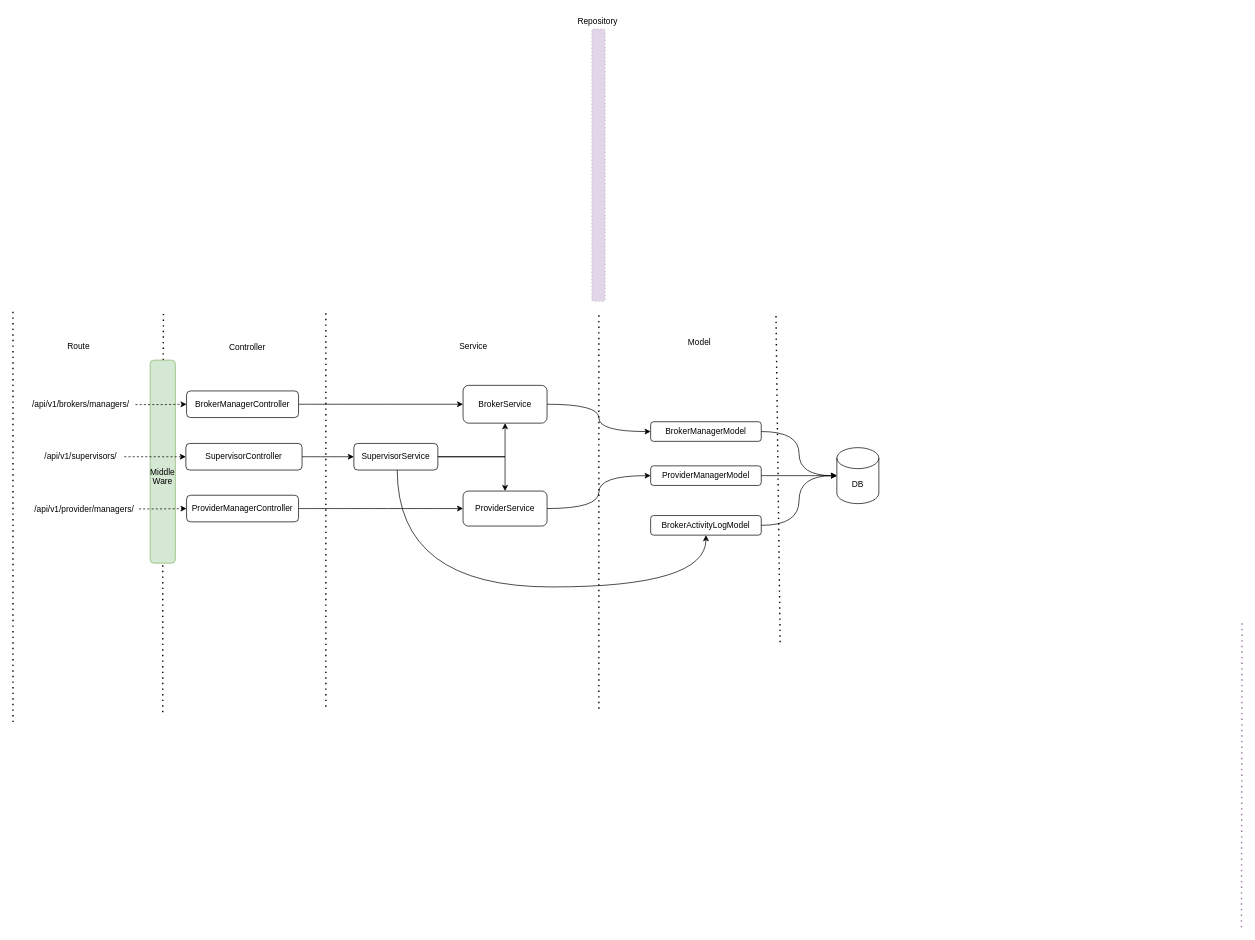
djcho/draw-io-repo keeps this draw.io diagram as sendbox.drawio. Above is the earlier version. Source tidied: cells renumbered, new cells numbered last; positions are measured from the earlier drawing's top-left corner, leaving out a move shared by most shapes. Both pictures are drawn from the tidied source at 70%, with x=0, y=0 at pixel (13, 12).
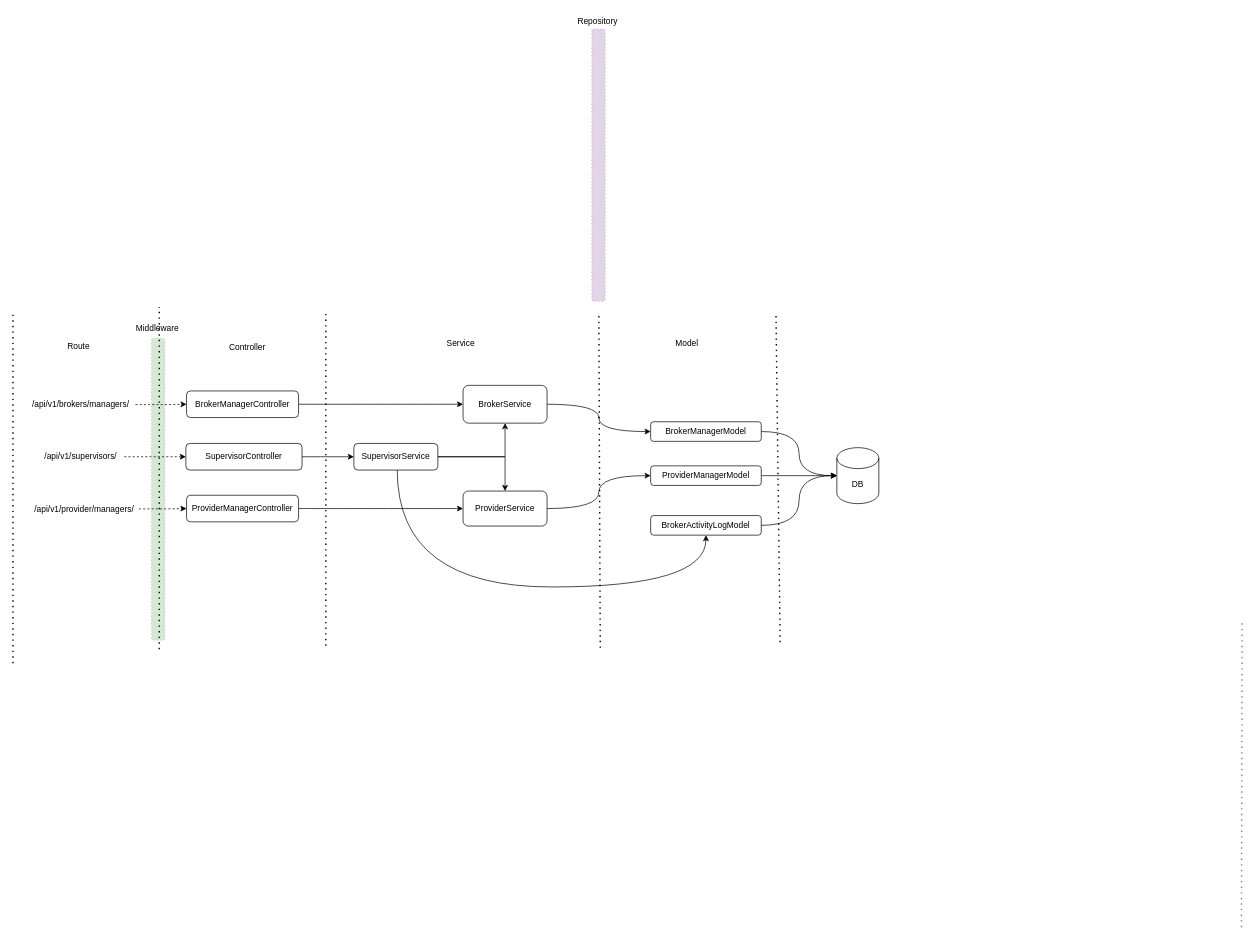
Above is the later version.

What changed in the source:
```diff
@@
+    <mxCell id="45" style="group;" parent="1" vertex="1">
+      <mxGeometry x="168" y="439" width="77" height="458" as="geometry" />
+    </mxCell>
+    <mxCell id="46" style="rounded=1;whiteSpace=wrap;html=1;fillColor=#d5e8d4;strokeColor=#82b366;labelBackgroundColor=none;dashed=1;dashPattern=1 4;" parent="45" vertex="1">
+      <mxGeometry x="30" y="26.6" width="19" height="431.4" as="geometry" />
+    </mxCell>
+    <mxCell id="47" value="Middleware" style="text;html=1;align=center;verticalAlign=middle;strokeColor=none;fillColor=none;" parent="45" vertex="1">
+      <mxGeometry x="-2" width="79" height="26" as="geometry" />
+    </mxCell>
@@
     <mxCell id="7" style="endArrow=none;dashed=1;html=1;dashPattern=1 3;strokeWidth=2;rounded=0;" parent="1" edge="1">
       <mxGeometry relative="1" as="geometry">
-        <mxPoint y="1014" as="sourcePoint" />
+        <mxPoint y="930" as="sourcePoint" />
         <mxPoint y="426" as="targetPoint" />
       </mxGeometry>
     </mxCell>
-    <mxCell id="8" style="endArrow=none;dashed=1;html=1;dashPattern=1 3;strokeWidth=2;rounded=0;" parent="1" edge="1" source="22">
-      <mxGeometry relative="1" as="geometry">
-        <mxPoint x="215" y="429" as="targetPoint" />
-      </mxGeometry>
-    </mxCell>
@@
     <mxCell id="10" style="endArrow=none;dashed=1;html=1;dashPattern=1 3;strokeWidth=2;rounded=0;" parent="1" edge="1">
       <mxGeometry relative="1" as="geometry">
-        <mxPoint x="447" y="992" as="sourcePoint" />
+        <mxPoint x="447" y="905" as="sourcePoint" />
         <mxPoint x="447" y="425" as="targetPoint" />
       </mxGeometry>
     </mxCell>
@@
     <mxCell id="12" value="Service" style="text;html=1;align=center;verticalAlign=middle;whiteSpace=wrap;rounded=0;" parent="1" vertex="1">
-      <mxGeometry x="625" y="462" width="66" height="30" as="geometry" />
+      <mxGeometry x="607" y="459" width="66" height="30" as="geometry" />
     </mxCell>
@@
     <mxCell id="14" value="Model" style="text;html=1;align=center;verticalAlign=middle;whiteSpace=wrap;rounded=0;" parent="1" vertex="1">
-      <mxGeometry x="948" y="457" width="66" height="30" as="geometry" />
+      <mxGeometry x="930" y="459" width="66" height="30" as="geometry" />
     </mxCell>
@@
-    <mxCell id="21" style="endArrow=none;dashed=1;html=1;dashPattern=1 3;strokeWidth=2;rounded=0;entryX=0.5;entryY=1;entryDx=0;entryDy=0;" parent="1" edge="1" target="22">
-      <mxGeometry relative="1" as="geometry">
-        <mxPoint x="214" y="1000" as="sourcePoint" />
-      </mxGeometry>
-    </mxCell>
-    <mxCell id="22" value="&lt;div&gt;&lt;br&gt;&lt;/div&gt;&lt;div&gt;&lt;br&gt;&lt;/div&gt;&lt;div&gt;&lt;br&gt;&lt;/div&gt;Middle&lt;br&gt;Ware" style="rounded=1;whiteSpace=wrap;html=1;fillColor=#d5e8d4;strokeColor=#82b366;" parent="1" vertex="1">
-      <mxGeometry x="196" y="497" width="36" height="290" as="geometry" />
-    </mxCell>
@@
     <mxCell id="41" style="endArrow=none;dashed=1;html=1;dashPattern=1 3;strokeWidth=2;rounded=0;" parent="1" edge="1">
       <mxGeometry relative="1" as="geometry">
-        <mxPoint x="837" y="995" as="sourcePoint" />
+        <mxPoint x="839" y="908" as="sourcePoint" />
         <mxPoint x="837" y="430" as="targetPoint" />
       </mxGeometry>
     </mxCell>
@@
+    <mxCell id="48" style="endArrow=none;dashed=1;html=1;dashPattern=1 3;strokeWidth=2;rounded=0;" parent="1" edge="1">
+      <mxGeometry relative="1" as="geometry">
+        <mxPoint x="209" y="910" as="sourcePoint" />
+        <mxPoint x="209" y="421" as="targetPoint" />
+      </mxGeometry>
+    </mxCell>
```
